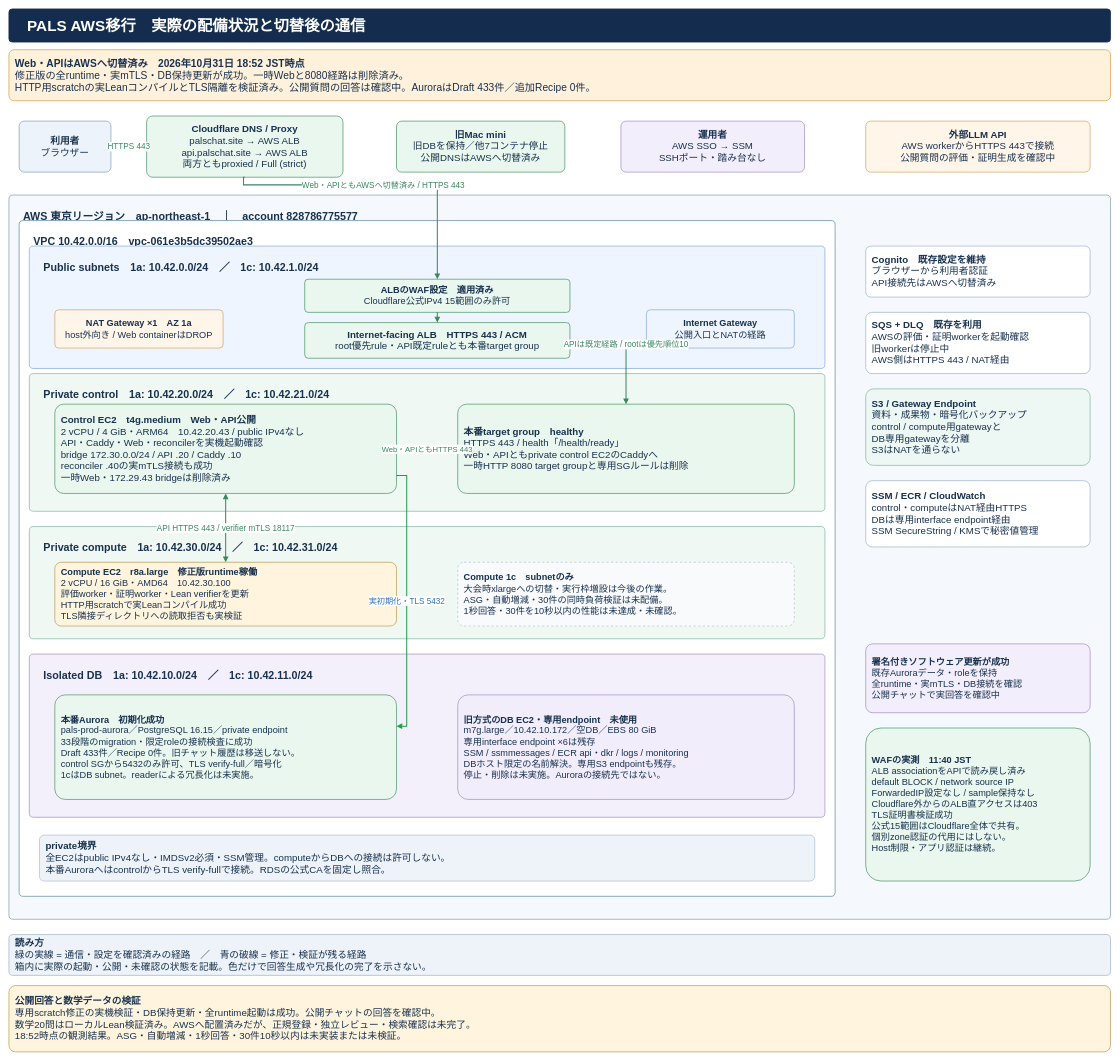
Earlier version of the draw.io diagram docs/diagrams/pals-aws-private-target.drawio (AtsushiHosaka/pals). Source tidied: cells renumbered, new cells numbered last; positions are measured from the earlier drawing's top-left corner, leaving out a move shared by most shapes. Both pictures are drawn from the tidied source at 51%, with x=0, y=0 at pixel (9, 9).
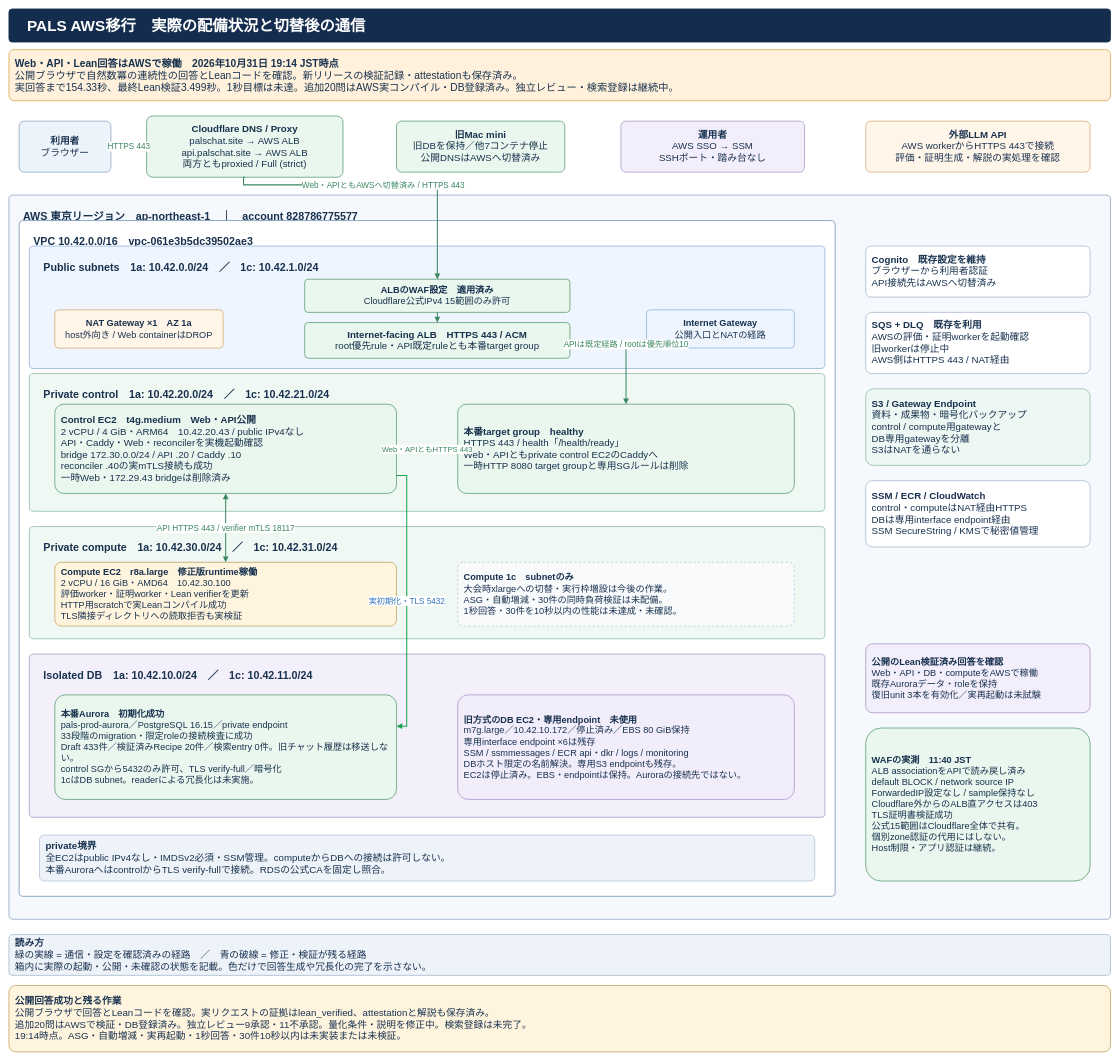
After the change.

Commit message (it also covers changes not shown here):
Record AWS recovery setup and pin verified math metadata corrections

Change to the diagram source:
```diff
@@
-    <mxCell id="3" value="&lt;b&gt;Web・APIはAWSへ切替済み　2026年10月31日 18:52 JST時点&lt;/b&gt;&lt;br&gt;修正版の全runtime・実mTLS・DB保持更新が成功。一時Webと8080経路は削除済み。&lt;br&gt;HTTP用scratchの実LeanコンパイルとTLS隔離を検証済み。公開質問の回答は確認中。AuroraはDraft 433件／追加Recipe 0件。" style="rounded=1;arcSize=10;whiteSpace=wrap;html=1;fillColor=#fff1db;strokeColor=#dba54d;strokeWidth=1.5;fontSize=20;fontColor=#18314e;fontFamily=Hiragino Sans,Noto Sans JP,Arial;align=left;verticalAlign=middle;spacing=12;" parent="1" vertex="1">
+    <mxCell id="3" value="&lt;b&gt;Web・API・Lean回答はAWSで稼働　2026年10月31日 19:14 JST時点&lt;/b&gt;&lt;br&gt;公開ブラウザで自然数冪の連続性の回答とLeanコードを確認。新リリースの検証記録・attestationも保存済み。&lt;br&gt;実回答まで154.33秒、最終Lean検証3.499秒。1秒目標は未達。追加20問はAWS実コンパイル・DB登録済み。独立レビュー・検索登録は継続中。" style="rounded=1;arcSize=10;whiteSpace=wrap;html=1;fillColor=#fff1db;strokeColor=#dba54d;strokeWidth=1.5;fontSize=20;fontColor=#18314e;fontFamily=Hiragino Sans,Noto Sans JP,Arial;align=left;verticalAlign=middle;spacing=12;" parent="1" vertex="1">
       <mxGeometry y="80" width="2160" height="100" as="geometry" />
     </mxCell>
@@
-    <mxCell id="14" value="&lt;b&gt;外部LLM API&lt;/b&gt;&lt;br&gt;AWS workerからHTTPS 443で接続&lt;br&gt;公開質問の評価・証明生成を確認中" style="rounded=1;arcSize=10;whiteSpace=wrap;html=1;fillColor=#fff5e9;strokeColor=#d3aa73;strokeWidth=1.5;fontSize=19;fontColor=#18314e;fontFamily=Hiragino Sans,Noto Sans JP,Arial;align=center;verticalAlign=middle;spacing=12;" parent="1" vertex="1">
+    <mxCell id="14" value="&lt;b&gt;外部LLM API&lt;/b&gt;&lt;br&gt;AWS workerからHTTPS 443で接続&lt;br&gt;評価・証明生成・解説の実処理を確認" style="rounded=1;arcSize=10;whiteSpace=wrap;html=1;fillColor=#fff5e9;strokeColor=#d3aa73;strokeWidth=1.5;fontSize=19;fontColor=#18314e;fontFamily=Hiragino Sans,Noto Sans JP,Arial;align=center;verticalAlign=middle;spacing=12;" parent="1" vertex="1">
       <mxGeometry x="1680" y="220" width="440" height="100" as="geometry" />
     </mxCell>
@@
-    <mxCell id="23" value="&lt;b&gt;本番Aurora　初期化成功&lt;/b&gt;&lt;br&gt;pals-prod-aurora／PostgreSQL 16.15／private endpoint&lt;br&gt;33段階のmigration・限定roleの接続検査に成功&lt;br&gt;Draft 433件／Recipe 0件。旧チャット履歴は移送しない。&lt;br&gt;control SGから5432のみ許可、TLS verify-full／暗号化&lt;br&gt;1cはDB subnet。readerによる冗長化は未実施。" style="rounded=1;arcSize=10;whiteSpace=wrap;html=1;fillColor=#eaf7ee;strokeColor=#579a72;strokeWidth=1.5;fontSize=18;fontColor=#18314e;fontFamily=Hiragino Sans,Noto Sans JP,Arial;align=left;verticalAlign=middle;spacing=12;" parent="1" vertex="1">
+    <mxCell id="23" value="&lt;b&gt;本番Aurora　初期化成功&lt;/b&gt;&lt;br&gt;pals-prod-aurora／PostgreSQL 16.15／private endpoint&lt;br&gt;33段階のmigration・限定roleの接続検査に成功&lt;br&gt;Draft 433件／検証済みRecipe 20件／検索entry 0件。旧チャット履歴は移送しない。&lt;br&gt;control SGから5432のみ許可、TLS verify-full／暗号化&lt;br&gt;1cはDB subnet。readerによる冗長化は未実施。" style="rounded=1;arcSize=10;whiteSpace=wrap;html=1;fillColor=#eaf7ee;strokeColor=#579a72;strokeWidth=1.5;fontSize=18;fontColor=#18314e;fontFamily=Hiragino Sans,Noto Sans JP,Arial;align=left;verticalAlign=middle;spacing=12;" parent="1" vertex="1">
       <mxGeometry x="90" y="1345" width="670" height="205" as="geometry" />
     </mxCell>
-    <mxCell id="24" value="&lt;b&gt;旧方式のDB EC2・専用endpoint　未使用&lt;/b&gt;&lt;br&gt;m7g.large／10.42.10.172／空DB／EBS 80 GiB&lt;br&gt;専用interface endpoint ×6は残存&lt;br&gt;SSM / ssmmessages / ECR api・dkr / logs / monitoring&lt;br&gt;DBホスト限定の名前解決。専用S3 endpointも残存。&lt;br&gt;停止・削除は未実施。Auroraの接続先ではない。" style="rounded=1;arcSize=10;whiteSpace=wrap;html=1;fillColor=#f2edfb;strokeColor=#a995c9;strokeWidth=1.5;fontSize=18;fontColor=#18314e;fontFamily=Hiragino Sans,Noto Sans JP,Arial;align=left;verticalAlign=middle;spacing=12;" parent="1" vertex="1">
+    <mxCell id="24" value="&lt;b&gt;旧方式のDB EC2・専用endpoint　未使用&lt;/b&gt;&lt;br&gt;m7g.large／10.42.10.172／停止済み／EBS 80 GiB保持&lt;br&gt;専用interface endpoint ×6は残存&lt;br&gt;SSM / ssmmessages / ECR api・dkr / logs / monitoring&lt;br&gt;DBホスト限定の名前解決。専用S3 endpointも残存。&lt;br&gt;EC2は停止済み。EBS・endpointは保持。Auroraの接続先ではない。" style="rounded=1;arcSize=10;whiteSpace=wrap;html=1;fillColor=#f2edfb;strokeColor=#a995c9;strokeWidth=1.5;fontSize=18;fontColor=#18314e;fontFamily=Hiragino Sans,Noto Sans JP,Arial;align=left;verticalAlign=middle;spacing=12;" parent="1" vertex="1">
       <mxGeometry x="880" y="1345" width="660" height="205" as="geometry" />
     </mxCell>
@@
-    <mxCell id="30" value="&lt;b&gt;署名付きソフトウェア更新が成功&lt;/b&gt;&lt;br&gt;既存Auroraデータ・roleを保持&lt;br&gt;全runtime・実mTLS・DB接続を確認&lt;br&gt;公開チャットで実回答を確認中" style="rounded=1;arcSize=10;whiteSpace=wrap;html=1;fillColor=#f3eefb;strokeColor=#aa95c4;strokeWidth=1.5;fontSize=18;fontColor=#18314e;fontFamily=Hiragino Sans,Noto Sans JP,Arial;align=left;verticalAlign=middle;spacing=12;" parent="1" vertex="1">
+    <mxCell id="30" value="&lt;b&gt;公開のLean検証済み回答を確認&lt;/b&gt;&lt;br&gt;Web・API・DB・computeをAWSで稼働&lt;br&gt;既存Auroraデータ・roleを保持&lt;br&gt;復旧unit 3本を有効化／実再起動は未試験" style="rounded=1;arcSize=10;whiteSpace=wrap;html=1;fillColor=#f3eefb;strokeColor=#aa95c4;strokeWidth=1.5;fontSize=18;fontColor=#18314e;fontFamily=Hiragino Sans,Noto Sans JP,Arial;align=left;verticalAlign=middle;spacing=12;" parent="1" vertex="1">
       <mxGeometry x="1680" y="1245" width="440" height="135" as="geometry" />
     </mxCell>
@@
-    <mxCell id="39" value="&lt;b&gt;公開回答と数学データの検証&lt;/b&gt;&lt;br&gt;専用scratch修正の実機検証・DB保持更新・全runtime起動は成功。公開チャットの回答を確認中。&lt;br&gt;数学20問はローカルLean検証済み。AWSへ配置済みだが、正規登録・独立レビュー・検索確認は未完了。&lt;br&gt;18:52時点の観測結果。ASG・自動増減・1秒回答・30件10秒以内は未実装または未検証。" style="rounded=1;arcSize=10;whiteSpace=wrap;html=1;fillColor=#fff5df;strokeColor=#c3a15a;strokeWidth=1.5;fontSize=19;fontColor=#18314e;fontFamily=Hiragino Sans,Noto Sans JP,Arial;align=left;verticalAlign=middle;spacing=12;" parent="1" vertex="1">
+    <mxCell id="39" value="&lt;b&gt;公開回答成功と残る作業&lt;/b&gt;&lt;br&gt;公開ブラウザで回答とLeanコードを確認。実リクエストの証拠はlean_verified、attestationと解説も保存済み。&lt;br&gt;追加20問はAWSで検証・DB登録済み。独立レビュー9承認・11不承認。量化条件・説明を修正中。検索登録は未完了。&lt;br&gt;19:14時点。ASG・自動増減・実再起動・1秒回答・30件10秒以内は未実装または未検証。" style="rounded=1;arcSize=10;whiteSpace=wrap;html=1;fillColor=#fff5df;strokeColor=#c3a15a;strokeWidth=1.5;fontSize=19;fontColor=#18314e;fontFamily=Hiragino Sans,Noto Sans JP,Arial;align=left;verticalAlign=middle;spacing=12;" parent="1" vertex="1">
       <mxGeometry y="1915" width="2160" height="130" as="geometry" />
     </mxCell>
```
